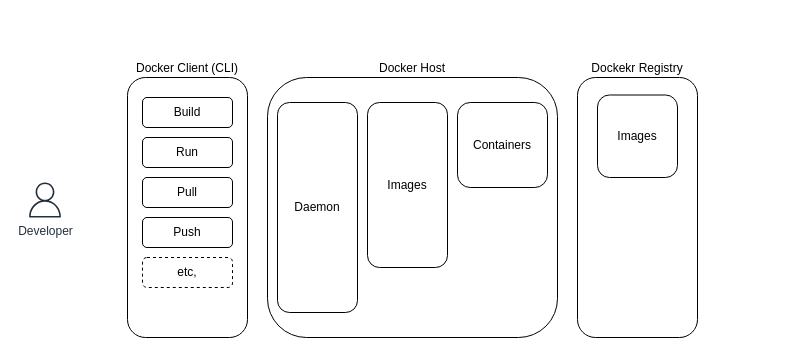
Earlier version of the draw.io diagram diagrams/docker_architecture.drawio (MichaelStott/tech-squawks). Source tidied: cells renumbered, new cells numbered last; positions are measured from the earlier drawing's top-left corner, leaving out a move shared by most shapes. Both pictures are drawn from the tidied source at 100%, with x=0, y=0 at pixel (27, 77).
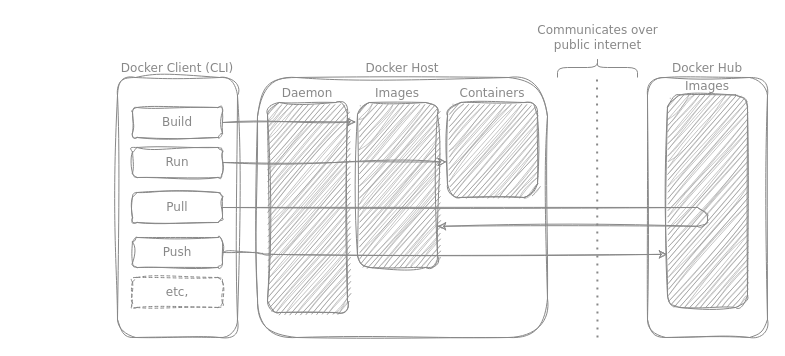
The same diagram, later.

Diff of the diagram source:
```diff
@@
-    <mxCell id="2" value="Docker Client (CLI)" style="rounded=1;whiteSpace=wrap;html=1;labelPosition=center;verticalLabelPosition=top;align=center;verticalAlign=bottom;fillColor=none;" parent="1" vertex="1">
-      <mxGeometry x="100" width="120" height="260" as="geometry" />
+    <mxCell id="2" value="Docker Client (CLI)" style="rounded=1;whiteSpace=wrap;html=1;labelPosition=center;verticalLabelPosition=top;align=center;verticalAlign=bottom;fillColor=none;fontFamily=Verdana;sketch=1;curveFitting=1;jiggle=2;strokeColor=#888888;fontColor=#888888;" parent="1" vertex="1">
+      <mxGeometry x="90" width="120" height="260" as="geometry" />
     </mxCell>
-    <mxCell id="3" value="Docker Host" style="rounded=1;whiteSpace=wrap;html=1;labelPosition=center;verticalLabelPosition=top;align=center;verticalAlign=bottom;fillColor=none;" parent="1" vertex="1">
-      <mxGeometry x="240" width="290" height="260" as="geometry" />
+    <mxCell id="3" value="Docker Host" style="rounded=1;whiteSpace=wrap;html=1;labelPosition=center;verticalLabelPosition=top;align=center;verticalAlign=bottom;fillColor=none;fontFamily=Verdana;sketch=1;curveFitting=1;jiggle=2;strokeColor=#888888;fontColor=#888888;" parent="1" vertex="1">
+      <mxGeometry x="230" width="290" height="260" as="geometry" />
     </mxCell>
-    <mxCell id="4" value="Dockekr Registry" style="rounded=1;whiteSpace=wrap;html=1;labelPosition=center;verticalLabelPosition=top;align=center;verticalAlign=bottom;fillColor=none;" parent="1" vertex="1">
-      <mxGeometry x="550" width="120" height="260" as="geometry" />
+    <mxCell id="4" value="Docker Hub" style="rounded=1;whiteSpace=wrap;html=1;labelPosition=center;verticalLabelPosition=top;align=center;verticalAlign=bottom;fillColor=none;fontFamily=Verdana;sketch=1;curveFitting=1;jiggle=2;strokeColor=#888888;fontColor=#888888;" parent="1" vertex="1">
+      <mxGeometry x="620" width="120" height="260" as="geometry" />
     </mxCell>
+    <mxCell id="15" style="edgeStyle=orthogonalEdgeStyle;jettySize=auto;html=1;exitX=1;exitY=0.5;exitDx=0;exitDy=0;entryX=-0.02;entryY=0.118;entryDx=0;entryDy=0;entryPerimeter=0;curved=1;sketch=1;curveFitting=1;jiggle=2;strokeColor=#888888;fontColor=#888888;" parent="1" edge="1" source="5" target="12">
+      <mxGeometry relative="1" as="geometry" />
+    </mxCell>
-    <mxCell id="5" value="Build" style="rounded=1;whiteSpace=wrap;html=1;fillColor=none;" parent="1" vertex="1">
-      <mxGeometry x="115" y="20" width="90" height="30" as="geometry" />
+    <mxCell id="5" value="Build" style="rounded=1;whiteSpace=wrap;html=1;fillColor=none;fontFamily=Verdana;sketch=1;curveFitting=1;jiggle=2;strokeColor=#888888;fontColor=#888888;" parent="1" vertex="1">
+      <mxGeometry x="105" y="30" width="90" height="30" as="geometry" />
     </mxCell>
+    <mxCell id="16" style="edgeStyle=orthogonalEdgeStyle;rounded=0;jettySize=auto;html=1;exitX=1;exitY=0.5;exitDx=0;exitDy=0;entryX=-0.013;entryY=0.625;entryDx=0;entryDy=0;entryPerimeter=0;sketch=1;curveFitting=1;jiggle=2;strokeColor=#888888;fontColor=#888888;" parent="1" edge="1" source="6" target="13">
+      <mxGeometry relative="1" as="geometry" />
+    </mxCell>
-    <mxCell id="6" value="Run" style="rounded=1;whiteSpace=wrap;html=1;fillColor=none;" parent="1" vertex="1">
-      <mxGeometry x="115" y="60" width="90" height="30" as="geometry" />
+    <mxCell id="6" value="Run" style="rounded=1;whiteSpace=wrap;html=1;fillColor=none;fontFamily=Verdana;sketch=1;curveFitting=1;jiggle=2;strokeColor=#888888;fontColor=#888888;" parent="1" vertex="1">
+      <mxGeometry x="105" y="70" width="90" height="30" as="geometry" />
     </mxCell>
+    <mxCell id="17" style="edgeStyle=orthogonalEdgeStyle;rounded=1;jettySize=auto;html=1;exitX=1;exitY=0.5;exitDx=0;exitDy=0;entryX=1;entryY=0.75;entryDx=0;entryDy=0;sketch=1;curveFitting=1;jiggle=2;strokeColor=#888888;fontColor=#888888;" parent="1" edge="1" source="7" target="12">
+      <mxGeometry relative="1" as="geometry">
+        <Array as="points">
+          <mxPoint x="680" y="130" />
+          <mxPoint x="680" y="149" />
+        </Array>
+      </mxGeometry>
+    </mxCell>
-    <mxCell id="7" value="Pull" style="rounded=1;whiteSpace=wrap;html=1;fillColor=none;" parent="1" vertex="1">
-      <mxGeometry x="115" y="100" width="90" height="30" as="geometry" />
+    <mxCell id="7" value="Pull" style="rounded=1;whiteSpace=wrap;html=1;fillColor=none;fontFamily=Verdana;sketch=1;curveFitting=1;jiggle=2;strokeColor=#888888;fontColor=#888888;" parent="1" vertex="1">
+      <mxGeometry x="105" y="115" width="90" height="30" as="geometry" />
     </mxCell>
+    <mxCell id="18" style="edgeStyle=orthogonalEdgeStyle;rounded=1;jettySize=auto;html=1;exitX=1;exitY=0.5;exitDx=0;exitDy=0;entryX=0;entryY=0.75;entryDx=0;entryDy=0;sketch=1;curveFitting=1;jiggle=2;strokeColor=#888888;fontColor=#888888;" parent="1" edge="1" source="8" target="14">
+      <mxGeometry relative="1" as="geometry">
+        <Array as="points">
+          <mxPoint x="235" y="177" />
+        </Array>
+      </mxGeometry>
+    </mxCell>
-    <mxCell id="8" value="Push" style="rounded=1;whiteSpace=wrap;html=1;fillColor=none;" parent="1" vertex="1">
-      <mxGeometry x="115" y="140" width="90" height="30" as="geometry" />
+    <mxCell id="8" value="Push" style="rounded=1;whiteSpace=wrap;html=1;fillColor=none;fontFamily=Verdana;sketch=1;curveFitting=1;jiggle=2;strokeColor=#888888;fontColor=#888888;" parent="1" vertex="1">
+      <mxGeometry x="105" y="160" width="90" height="30" as="geometry" />
     </mxCell>
-    <mxCell id="9" value="etc," style="rounded=1;whiteSpace=wrap;html=1;fillColor=none;dashed=1;" parent="1" vertex="1">
-      <mxGeometry x="115" y="180" width="90" height="30" as="geometry" />
+    <mxCell id="9" value="etc," style="rounded=1;whiteSpace=wrap;html=1;fillColor=none;dashed=1;fontFamily=Verdana;sketch=1;curveFitting=1;jiggle=2;strokeColor=#888888;fontColor=#888888;" parent="1" vertex="1">
+      <mxGeometry x="105" y="200" width="90" height="30" as="geometry" />
     </mxCell>
-    <mxCell id="10" value="Developer" style="sketch=0;fontColor=#232F3E;gradientColor=none;fillColor=#232F3D;strokeColor=none;dashed=0;verticalLabelPosition=bottom;verticalAlign=top;align=center;html=1;fontSize=12;fontStyle=0;shape=mxgraph.aws4.user;" parent="1" vertex="1">
-      <mxGeometry y="105" width="35" height="35" as="geometry" />
-    </mxCell>
-    <mxCell id="11" value="Daemon" style="rounded=1;whiteSpace=wrap;html=1;fillColor=none;" parent="1" vertex="1">
-      <mxGeometry x="250" y="25" width="80" height="210" as="geometry" />
+    <mxCell id="11" value="Daemon" style="rounded=1;whiteSpace=wrap;html=1;fillColor=#888888;fontFamily=Verdana;sketch=1;curveFitting=1;jiggle=2;labelPosition=center;verticalLabelPosition=top;align=center;verticalAlign=bottom;strokeColor=#888888;fontColor=#888888;" parent="1" vertex="1">
+      <mxGeometry x="240" y="25" width="80" height="210" as="geometry" />
     </mxCell>
-    <mxCell id="12" value="Images" style="rounded=1;whiteSpace=wrap;html=1;fillColor=none;" parent="1" vertex="1">
-      <mxGeometry x="340" y="25" width="80" height="165" as="geometry" />
+    <mxCell id="12" value="Images" style="rounded=1;whiteSpace=wrap;html=1;fillColor=#888888;fontFamily=Verdana;sketch=1;curveFitting=1;jiggle=2;labelPosition=center;verticalLabelPosition=top;align=center;verticalAlign=bottom;strokeColor=#888888;fontColor=#888888;" parent="1" vertex="1">
+      <mxGeometry x="330" y="25" width="80" height="165" as="geometry" />
     </mxCell>
-    <mxCell id="13" value="Containers" style="rounded=1;whiteSpace=wrap;html=1;fillColor=none;" parent="1" vertex="1">
-      <mxGeometry x="430" y="25" width="90" height="85" as="geometry" />
+    <mxCell id="13" value="Containers" style="rounded=1;whiteSpace=wrap;html=1;fillColor=#888888;fontFamily=Verdana;sketch=1;curveFitting=1;jiggle=2;labelPosition=center;verticalLabelPosition=top;align=center;verticalAlign=bottom;strokeColor=#888888;fontColor=#888888;" parent="1" vertex="1">
+      <mxGeometry x="420" y="25" width="90" height="95" as="geometry" />
     </mxCell>
-    <mxCell id="14" value="Images" style="rounded=1;whiteSpace=wrap;html=1;fillColor=none;" parent="1" vertex="1">
-      <mxGeometry x="570" y="17.5" width="80" height="82.5" as="geometry" />
+    <mxCell id="14" value="Images" style="rounded=1;whiteSpace=wrap;html=1;fillColor=#888888;fontFamily=Verdana;sketch=1;curveFitting=1;jiggle=2;labelPosition=center;verticalLabelPosition=top;align=center;verticalAlign=bottom;strokeColor=#888888;fontColor=#888888;" parent="1" vertex="1">
+      <mxGeometry x="640" y="17.5" width="80" height="212.5" as="geometry" />
     </mxCell>
+    <mxCell id="19" style="shape=curlyBracket;whiteSpace=wrap;html=1;rounded=1;flipH=1;labelPosition=right;verticalLabelPosition=middle;align=left;verticalAlign=middle;direction=south;strokeColor=#888888;fontColor=#888888;" parent="1" vertex="1">
+      <mxGeometry x="530" y="-20" width="80" height="20" as="geometry" />
+    </mxCell>
+    <mxCell id="20" style="endArrow=none;dashed=1;html=1;dashPattern=1 3;strokeWidth=2;rounded=0;strokeColor=#888888;fontColor=#888888;" parent="1" edge="1">
+      <mxGeometry relative="1" as="geometry">
+        <mxPoint x="570" y="260" as="sourcePoint" />
+        <mxPoint x="569.5" as="targetPoint" />
+      </mxGeometry>
+    </mxCell>
+    <mxCell id="21" value="Communicates over&lt;br&gt;public internet" style="text;html=1;align=center;verticalAlign=middle;strokeColor=none;fillColor=none;fontFamily=Verdana;fontColor=#888888;" parent="1" vertex="1">
+      <mxGeometry x="500" y="-60" width="140" height="40" as="geometry" />
+    </mxCell>
```
